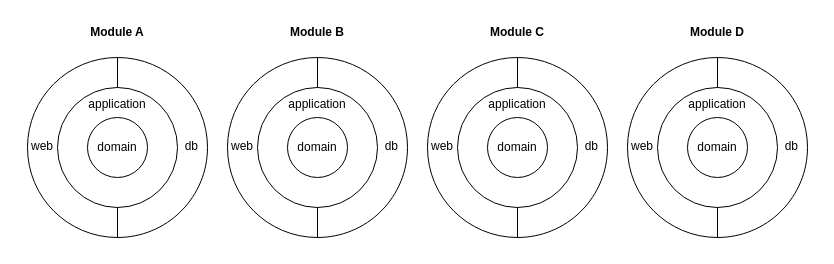
Above: docs/diagrams/structure-01-modules.drawio in ergon/arciphant (draw.io), before the change. Source tidied: cells renumbered, new cells numbered last; positions are measured from the earlier drawing's top-left corner, leaving out a move shared by most shapes. Both pictures are drawn from the tidied source at 100%, with x=0, y=0 at pixel (17, 17).
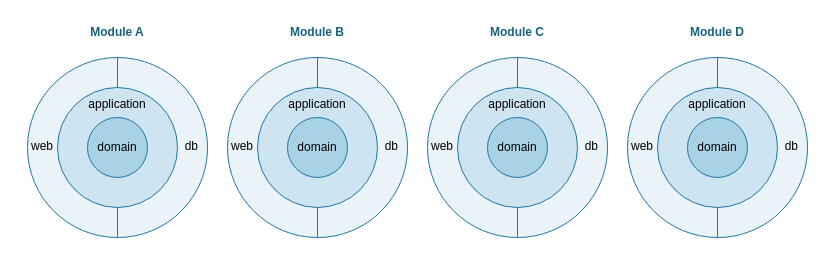
The same page after the edit.

Unchanged cells that the change refers to:
```xml
<mxCell id="7" style="group;" parent="1" vertex="1">
  <mxGeometry x="610" y="40" width="180" height="180" as="geometry" />
</mxCell>
<mxCell id="16" style="group;" parent="1" vertex="1">
  <mxGeometry x="410" y="40" width="180" height="180" as="geometry" />
</mxCell>
<mxCell id="21" style="group;" parent="1" vertex="1">
  <mxGeometry x="210" y="40" width="180" height="180" as="geometry" />
</mxCell>
```

Diff of the diagram source:
```diff
@@
-    <mxCell id="2" style="rounded=0;whiteSpace=wrap;html=1;strokeColor=none;fillColor=none;" parent="1" vertex="1">
+    <mxCell id="2" style="rounded=0;whiteSpace=wrap;html=1;strokeColor=none;fillColor=none;fontColor=light-dark(#19607F,#93C3DB);" parent="1" vertex="1">
       <mxGeometry width="800" height="230" as="geometry" />
     </mxCell>
-    <mxCell id="3" value="web" style="verticalLabelPosition=bottom;verticalAlign=top;html=1;shape=mxgraph.basic.pie;startAngle=0.5;endAngle=1;align=left;spacingLeft=2;spacingBottom=0;spacingTop=-105;" parent="1" vertex="1">
+    <mxCell id="3" value="web" style="verticalLabelPosition=bottom;verticalAlign=top;html=1;shape=mxgraph.basic.pie;startAngle=0.5;endAngle=1;align=left;spacingLeft=2;spacingBottom=0;spacingTop=-105;fillColor=light-dark(#EAF3F8,#12303E);strokeColor=light-dark(#2078A4,#7FB5D1);" parent="1" vertex="1">
       <mxGeometry x="10" y="40" width="180" height="180" as="geometry" />
     </mxCell>
-    <mxCell id="4" value="db" style="verticalLabelPosition=bottom;verticalAlign=top;html=1;shape=mxgraph.basic.pie;startAngle=0;endAngle=0.5;align=right;spacingTop=-105;spacingRight=8;" parent="1" vertex="1">
+    <mxCell id="4" value="db" style="verticalLabelPosition=bottom;verticalAlign=top;html=1;shape=mxgraph.basic.pie;startAngle=0;endAngle=0.5;align=right;spacingTop=-105;spacingRight=8;fillColor=light-dark(#EAF3F8,#12303E);strokeColor=light-dark(#2078A4,#7FB5D1);" parent="1" vertex="1">
       <mxGeometry x="10" y="40" width="180" height="180" as="geometry" />
     </mxCell>
-    <mxCell id="5" value="application" style="ellipse;whiteSpace=wrap;html=1;verticalAlign=top;spacingTop=3;" parent="1" vertex="1">
+    <mxCell id="5" value="application" style="ellipse;whiteSpace=wrap;html=1;verticalAlign=top;spacingTop=3;fillColor=light-dark(#CEE4F0,#1B4358);strokeColor=light-dark(#2078A4,#7FB5D1);" parent="1" vertex="1">
       <mxGeometry x="40" y="70" width="120" height="120" as="geometry" />
     </mxCell>
-    <mxCell id="6" value="domain" style="ellipse;whiteSpace=wrap;html=1;" parent="1" vertex="1">
+    <mxCell id="6" value="domain" style="ellipse;whiteSpace=wrap;html=1;fillColor=light-dark(#A9D2E6,#2A6A8C);strokeColor=light-dark(#2078A4,#7FB5D1);" parent="1" vertex="1">
       <mxGeometry x="70" y="100" width="60" height="60" as="geometry" />
     </mxCell>
@@
-    <mxCell id="8" value="web" style="verticalLabelPosition=bottom;verticalAlign=top;html=1;shape=mxgraph.basic.pie;startAngle=0.5;endAngle=1;align=left;spacingLeft=2;spacingBottom=0;spacingTop=-105;" parent="7" vertex="1">
+    <mxCell id="8" value="web" style="verticalLabelPosition=bottom;verticalAlign=top;html=1;shape=mxgraph.basic.pie;startAngle=0.5;endAngle=1;align=left;spacingLeft=2;spacingBottom=0;spacingTop=-105;fillColor=light-dark(#EAF3F8,#12303E);strokeColor=light-dark(#2078A4,#7FB5D1);" parent="7" vertex="1">
       <mxGeometry width="180" height="180" as="geometry" />
     </mxCell>
-    <mxCell id="9" value="db" style="verticalLabelPosition=bottom;verticalAlign=top;html=1;shape=mxgraph.basic.pie;startAngle=0;endAngle=0.5;align=right;spacingTop=-105;spacingRight=8;" parent="7" vertex="1">
+    <mxCell id="9" value="db" style="verticalLabelPosition=bottom;verticalAlign=top;html=1;shape=mxgraph.basic.pie;startAngle=0;endAngle=0.5;align=right;spacingTop=-105;spacingRight=8;fillColor=light-dark(#EAF3F8,#12303E);strokeColor=light-dark(#2078A4,#7FB5D1);" parent="7" vertex="1">
       <mxGeometry width="180" height="180" as="geometry" />
     </mxCell>
-    <mxCell id="10" value="application" style="ellipse;whiteSpace=wrap;html=1;verticalAlign=top;spacingTop=3;" parent="7" vertex="1">
+    <mxCell id="10" value="application" style="ellipse;whiteSpace=wrap;html=1;verticalAlign=top;spacingTop=3;fillColor=light-dark(#CEE4F0,#1B4358);strokeColor=light-dark(#2078A4,#7FB5D1);" parent="7" vertex="1">
       <mxGeometry x="30" y="30" width="120" height="120" as="geometry" />
     </mxCell>
-    <mxCell id="11" value="domain" style="ellipse;whiteSpace=wrap;html=1;" parent="7" vertex="1">
+    <mxCell id="11" value="domain" style="ellipse;whiteSpace=wrap;html=1;fillColor=light-dark(#A9D2E6,#2A6A8C);strokeColor=light-dark(#2078A4,#7FB5D1);" parent="7" vertex="1">
       <mxGeometry x="60" y="60" width="60" height="60" as="geometry" />
     </mxCell>
-    <mxCell id="12" value="&lt;b&gt;Module A&lt;/b&gt;" style="rounded=0;whiteSpace=wrap;html=1;strokeColor=none;fillColor=none;" parent="1" vertex="1">
+    <mxCell id="12" value="&lt;b&gt;Module A&lt;/b&gt;" style="rounded=0;whiteSpace=wrap;html=1;strokeColor=none;fillColor=none;fontColor=light-dark(#19607F,#93C3DB);" parent="1" vertex="1">
       <mxGeometry x="10" width="180" height="30" as="geometry" />
     </mxCell>
-    <mxCell id="13" value="&lt;b&gt;Module B&lt;/b&gt;" style="rounded=0;whiteSpace=wrap;html=1;strokeColor=none;fillColor=none;" parent="1" vertex="1">
+    <mxCell id="13" value="&lt;b&gt;Module B&lt;/b&gt;" style="rounded=0;whiteSpace=wrap;html=1;strokeColor=none;fillColor=none;fontColor=light-dark(#19607F,#93C3DB);" parent="1" vertex="1">
       <mxGeometry x="210" width="180" height="30" as="geometry" />
     </mxCell>
-    <mxCell id="14" value="&lt;b&gt;Module C&lt;/b&gt;" style="rounded=0;whiteSpace=wrap;html=1;strokeColor=none;fillColor=none;" parent="1" vertex="1">
+    <mxCell id="14" value="&lt;b&gt;Module C&lt;/b&gt;" style="rounded=0;whiteSpace=wrap;html=1;strokeColor=none;fillColor=none;fontColor=light-dark(#19607F,#93C3DB);" parent="1" vertex="1">
       <mxGeometry x="410" width="180" height="30" as="geometry" />
     </mxCell>
-    <mxCell id="15" value="&lt;b&gt;Module D&lt;/b&gt;" style="rounded=0;whiteSpace=wrap;html=1;strokeColor=none;fillColor=none;" parent="1" vertex="1">
+    <mxCell id="15" value="&lt;b&gt;Module D&lt;/b&gt;" style="rounded=0;whiteSpace=wrap;html=1;strokeColor=none;fillColor=none;fontColor=light-dark(#19607F,#93C3DB);" parent="1" vertex="1">
       <mxGeometry x="610" width="180" height="30" as="geometry" />
     </mxCell>
@@
-    <mxCell id="17" value="web" style="verticalLabelPosition=bottom;verticalAlign=top;html=1;shape=mxgraph.basic.pie;startAngle=0.5;endAngle=1;align=left;spacingLeft=2;spacingBottom=0;spacingTop=-105;" parent="16" vertex="1">
+    <mxCell id="17" value="web" style="verticalLabelPosition=bottom;verticalAlign=top;html=1;shape=mxgraph.basic.pie;startAngle=0.5;endAngle=1;align=left;spacingLeft=2;spacingBottom=0;spacingTop=-105;fillColor=light-dark(#EAF3F8,#12303E);strokeColor=light-dark(#2078A4,#7FB5D1);" parent="16" vertex="1">
       <mxGeometry width="180" height="180" as="geometry" />
     </mxCell>
-    <mxCell id="18" value="db" style="verticalLabelPosition=bottom;verticalAlign=top;html=1;shape=mxgraph.basic.pie;startAngle=0;endAngle=0.5;align=right;spacingTop=-105;spacingRight=8;" parent="16" vertex="1">
+    <mxCell id="18" value="db" style="verticalLabelPosition=bottom;verticalAlign=top;html=1;shape=mxgraph.basic.pie;startAngle=0;endAngle=0.5;align=right;spacingTop=-105;spacingRight=8;fillColor=light-dark(#EAF3F8,#12303E);strokeColor=light-dark(#2078A4,#7FB5D1);" parent="16" vertex="1">
       <mxGeometry width="180" height="180" as="geometry" />
     </mxCell>
-    <mxCell id="19" value="application" style="ellipse;whiteSpace=wrap;html=1;verticalAlign=top;spacingTop=3;" parent="16" vertex="1">
+    <mxCell id="19" value="application" style="ellipse;whiteSpace=wrap;html=1;verticalAlign=top;spacingTop=3;fillColor=light-dark(#CEE4F0,#1B4358);strokeColor=light-dark(#2078A4,#7FB5D1);" parent="16" vertex="1">
       <mxGeometry x="30" y="30" width="120" height="120" as="geometry" />
     </mxCell>
-    <mxCell id="20" value="domain" style="ellipse;whiteSpace=wrap;html=1;" parent="16" vertex="1">
+    <mxCell id="20" value="domain" style="ellipse;whiteSpace=wrap;html=1;fillColor=light-dark(#A9D2E6,#2A6A8C);strokeColor=light-dark(#2078A4,#7FB5D1);" parent="16" vertex="1">
       <mxGeometry x="60" y="60" width="60" height="60" as="geometry" />
     </mxCell>
@@
-    <mxCell id="22" value="web" style="verticalLabelPosition=bottom;verticalAlign=top;html=1;shape=mxgraph.basic.pie;startAngle=0.5;endAngle=1;align=left;spacingLeft=2;spacingBottom=0;spacingTop=-105;" parent="21" vertex="1">
+    <mxCell id="22" value="web" style="verticalLabelPosition=bottom;verticalAlign=top;html=1;shape=mxgraph.basic.pie;startAngle=0.5;endAngle=1;align=left;spacingLeft=2;spacingBottom=0;spacingTop=-105;fillColor=light-dark(#EAF3F8,#12303E);strokeColor=light-dark(#2078A4,#7FB5D1);" parent="21" vertex="1">
       <mxGeometry width="180" height="180" as="geometry" />
     </mxCell>
-    <mxCell id="23" value="db" style="verticalLabelPosition=bottom;verticalAlign=top;html=1;shape=mxgraph.basic.pie;startAngle=0;endAngle=0.5;align=right;spacingTop=-105;spacingRight=8;" parent="21" vertex="1">
+    <mxCell id="23" value="db" style="verticalLabelPosition=bottom;verticalAlign=top;html=1;shape=mxgraph.basic.pie;startAngle=0;endAngle=0.5;align=right;spacingTop=-105;spacingRight=8;fillColor=light-dark(#EAF3F8,#12303E);strokeColor=light-dark(#2078A4,#7FB5D1);" parent="21" vertex="1">
       <mxGeometry width="180" height="180" as="geometry" />
     </mxCell>
-    <mxCell id="24" value="application" style="ellipse;whiteSpace=wrap;html=1;verticalAlign=top;spacingTop=3;" parent="21" vertex="1">
+    <mxCell id="24" value="application" style="ellipse;whiteSpace=wrap;html=1;verticalAlign=top;spacingTop=3;fillColor=light-dark(#CEE4F0,#1B4358);strokeColor=light-dark(#2078A4,#7FB5D1);" parent="21" vertex="1">
       <mxGeometry x="30" y="30" width="120" height="120" as="geometry" />
     </mxCell>
-    <mxCell id="25" value="domain" style="ellipse;whiteSpace=wrap;html=1;" parent="21" vertex="1">
+    <mxCell id="25" value="domain" style="ellipse;whiteSpace=wrap;html=1;fillColor=light-dark(#A9D2E6,#2A6A8C);strokeColor=light-dark(#2078A4,#7FB5D1);" parent="21" vertex="1">
       <mxGeometry x="60" y="60" width="60" height="60" as="geometry" />
     </mxCell>
```
